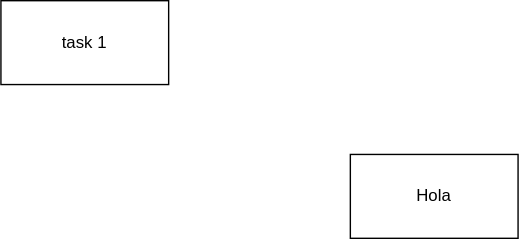
Above: systems_analysis/eva2/crear-env-vars-gitbash-windows.drawio.svg in cdvelop/aiep (draw.io), before the change. Source tidied: cells renumbered, new cells last; positions are measured from the earlier drawing's top-left corner, leaving out a move shared by most shapes.
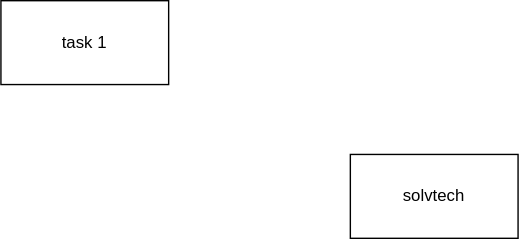
The same file after the commit.

What changed in the source:
```diff
@@ -2,7 +2,7 @@
   <root>
     <mxCell id="0" />
     <mxCell id="1" parent="0" />
-    <mxCell id="2" value="&lt;div&gt;Hola&lt;/div&gt;" style="rounded=0;whiteSpace=wrap;html=1;" parent="1" vertex="1">
+    <mxCell id="2" value="&lt;div&gt;solvtech&lt;/div&gt;" style="rounded=0;whiteSpace=wrap;html=1;" parent="1" vertex="1">
       <mxGeometry x="250" y="110" width="120" height="60" as="geometry" />
     </mxCell>
     <mxCell id="3" value="task 1" style="rounded=0;whiteSpace=wrap;html=1;" parent="1" vertex="1">
```
